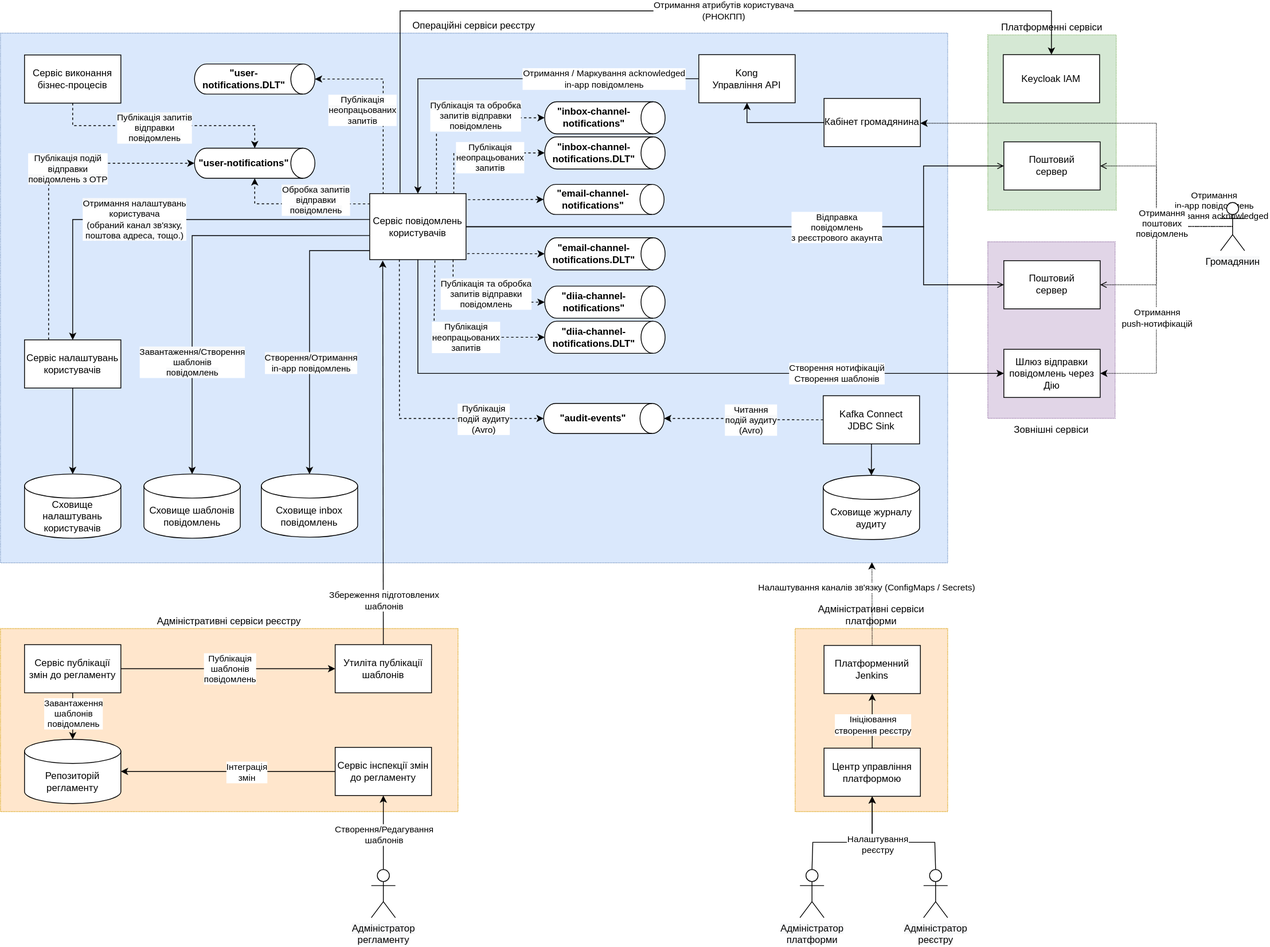
Before: modules/tech/images/lowcode/notifications/notifications-design.svg, a diagram exported from draw.io (epam/edp-ddm-architecture). Source tidied: cells renumbered, new cells last; positions are measured from the earlier drawing's top-left corner, leaving out a move shared by most shapes.
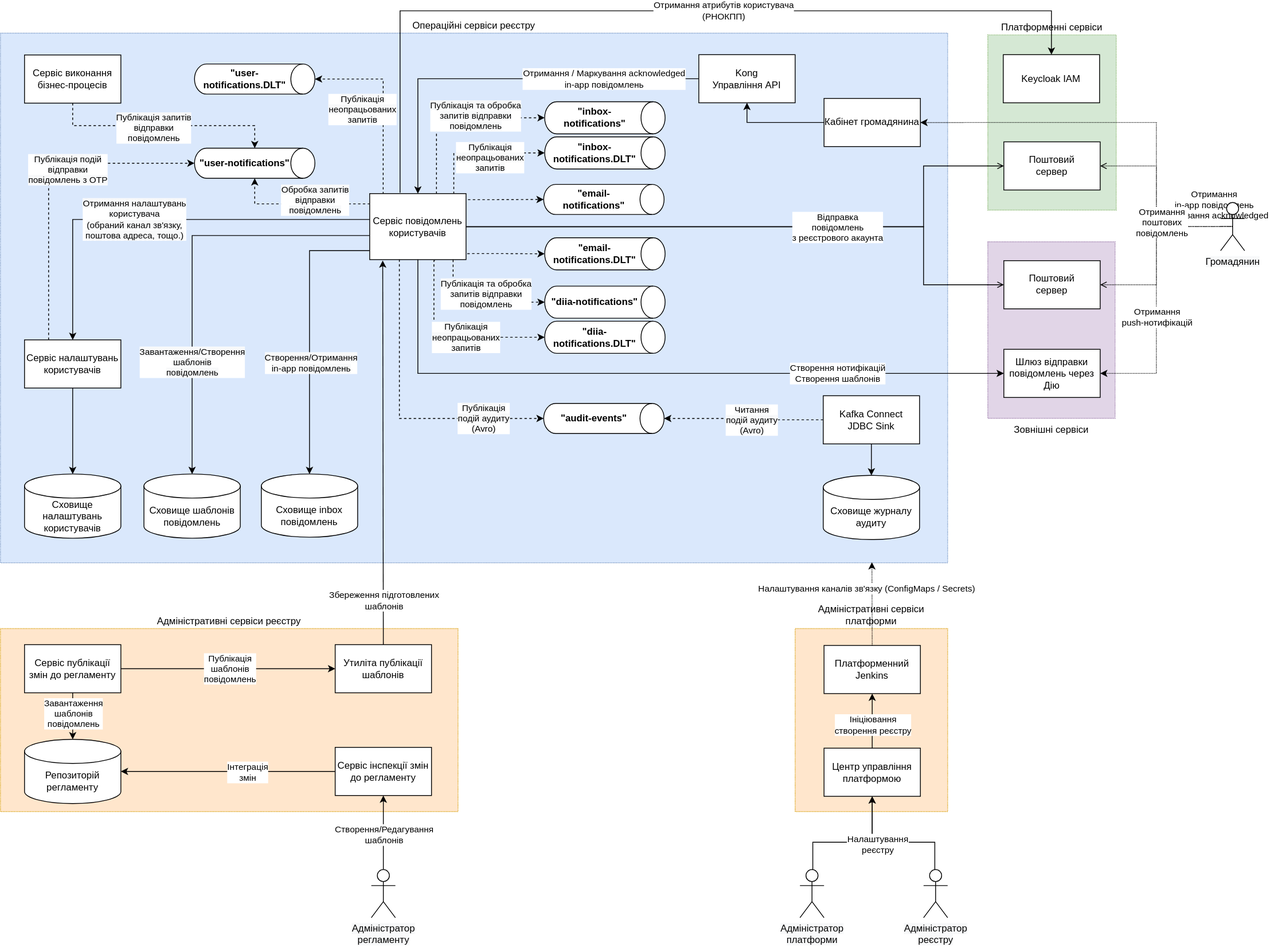
Above is the later version.

Commit message:
[MDTUDDM-4740] Multi-channel notification subsystem design

Diff of the diagram source:
```diff
@@ -151,22 +151,22 @@
     <mxCell id="36" value="&lt;b style=&quot;&quot;&gt;&quot;user-notifications.DLT&quot;&lt;/b&gt;" style="shape=cylinder3;whiteSpace=wrap;html=1;boundedLbl=1;backgroundOutline=1;size=15;rotation=90;horizontal=0;labelBackgroundColor=none;" parent="1" vertex="1">
       <mxGeometry x="298" y="10" width="37.5" height="150" as="geometry" />
     </mxCell>
-    <mxCell id="37" value="&lt;b style=&quot;&quot;&gt;&quot;email-channel-notifications&quot;&lt;/b&gt;" style="shape=cylinder3;whiteSpace=wrap;html=1;boundedLbl=1;backgroundOutline=1;size=15;rotation=90;horizontal=0;labelBackgroundColor=none;" parent="1" vertex="1">
+    <mxCell id="37" value="&lt;b style=&quot;&quot;&gt;&quot;email-notifications&quot;&lt;/b&gt;" style="shape=cylinder3;whiteSpace=wrap;html=1;boundedLbl=1;backgroundOutline=1;size=15;rotation=90;horizontal=0;labelBackgroundColor=none;" parent="1" vertex="1">
       <mxGeometry x="733" y="160" width="37.5" height="150" as="geometry" />
     </mxCell>
-    <mxCell id="38" value="&lt;b style=&quot;&quot;&gt;&quot;email-channel-notifications.DLT&quot;&lt;/b&gt;" style="shape=cylinder3;whiteSpace=wrap;html=1;boundedLbl=1;backgroundOutline=1;size=15;rotation=90;horizontal=0;labelBackgroundColor=none;" parent="1" vertex="1">
+    <mxCell id="38" value="&lt;b style=&quot;&quot;&gt;&quot;email-notifications.DLT&quot;&lt;/b&gt;" style="shape=cylinder3;whiteSpace=wrap;html=1;boundedLbl=1;backgroundOutline=1;size=15;rotation=90;horizontal=0;labelBackgroundColor=none;" parent="1" vertex="1">
       <mxGeometry x="733" y="227.8" width="40" height="150" as="geometry" />
     </mxCell>
-    <mxCell id="39" value="&lt;b style=&quot;&quot;&gt;&quot;inbox-channel-notifications&quot;&lt;/b&gt;" style="shape=cylinder3;whiteSpace=wrap;html=1;boundedLbl=1;backgroundOutline=1;size=15;rotation=90;horizontal=0;labelBackgroundColor=none;" parent="1" vertex="1">
+    <mxCell id="39" value="&lt;b style=&quot;&quot;&gt;&quot;inbox-notifications&quot;&lt;/b&gt;" style="shape=cylinder3;whiteSpace=wrap;html=1;boundedLbl=1;backgroundOutline=1;size=15;rotation=90;horizontal=0;labelBackgroundColor=none;" parent="1" vertex="1">
       <mxGeometry x="733" y="58.2" width="40" height="150" as="geometry" />
     </mxCell>
-    <mxCell id="40" value="&lt;b style=&quot;&quot;&gt;&quot;inbox-channel-notifications.DLT&quot;&lt;/b&gt;" style="shape=cylinder3;whiteSpace=wrap;html=1;boundedLbl=1;backgroundOutline=1;size=15;rotation=90;horizontal=0;labelBackgroundColor=none;" parent="1" vertex="1">
+    <mxCell id="40" value="&lt;b style=&quot;&quot;&gt;&quot;inbox-notifications.DLT&quot;&lt;/b&gt;" style="shape=cylinder3;whiteSpace=wrap;html=1;boundedLbl=1;backgroundOutline=1;size=15;rotation=90;horizontal=0;labelBackgroundColor=none;" parent="1" vertex="1">
       <mxGeometry x="733" y="102" width="40" height="150" as="geometry" />
     </mxCell>
-    <mxCell id="41" value="&lt;b style=&quot;&quot;&gt;&quot;diia-channel-notifications&quot;&lt;/b&gt;" style="shape=cylinder3;whiteSpace=wrap;html=1;boundedLbl=1;backgroundOutline=1;size=15;rotation=90;horizontal=0;labelBackgroundColor=none;" parent="1" vertex="1">
+    <mxCell id="41" value="&lt;b style=&quot;&quot;&gt;&quot;diia-notifications&quot;&lt;/b&gt;" style="shape=cylinder3;whiteSpace=wrap;html=1;boundedLbl=1;backgroundOutline=1;size=15;rotation=90;horizontal=0;labelBackgroundColor=none;" parent="1" vertex="1">
       <mxGeometry x="733" y="288" width="40" height="150" as="geometry" />
     </mxCell>
-    <mxCell id="42" value="&lt;b style=&quot;&quot;&gt;&quot;diia-channel-notifications.DLT&quot;&lt;/b&gt;" style="shape=cylinder3;whiteSpace=wrap;html=1;boundedLbl=1;backgroundOutline=1;size=15;rotation=90;horizontal=0;labelBackgroundColor=none;" parent="1" vertex="1">
+    <mxCell id="42" value="&lt;b style=&quot;&quot;&gt;&quot;diia-notifications.DLT&quot;&lt;/b&gt;" style="shape=cylinder3;whiteSpace=wrap;html=1;boundedLbl=1;backgroundOutline=1;size=15;rotation=90;horizontal=0;labelBackgroundColor=none;" parent="1" vertex="1">
       <mxGeometry x="733" y="331.8" width="40" height="150" as="geometry" />
     </mxCell>
     <mxCell id="43" value="Шлюз відправки повідомлень через Дію" style="rounded=0;whiteSpace=wrap;html=1;" parent="1" vertex="1">
```
